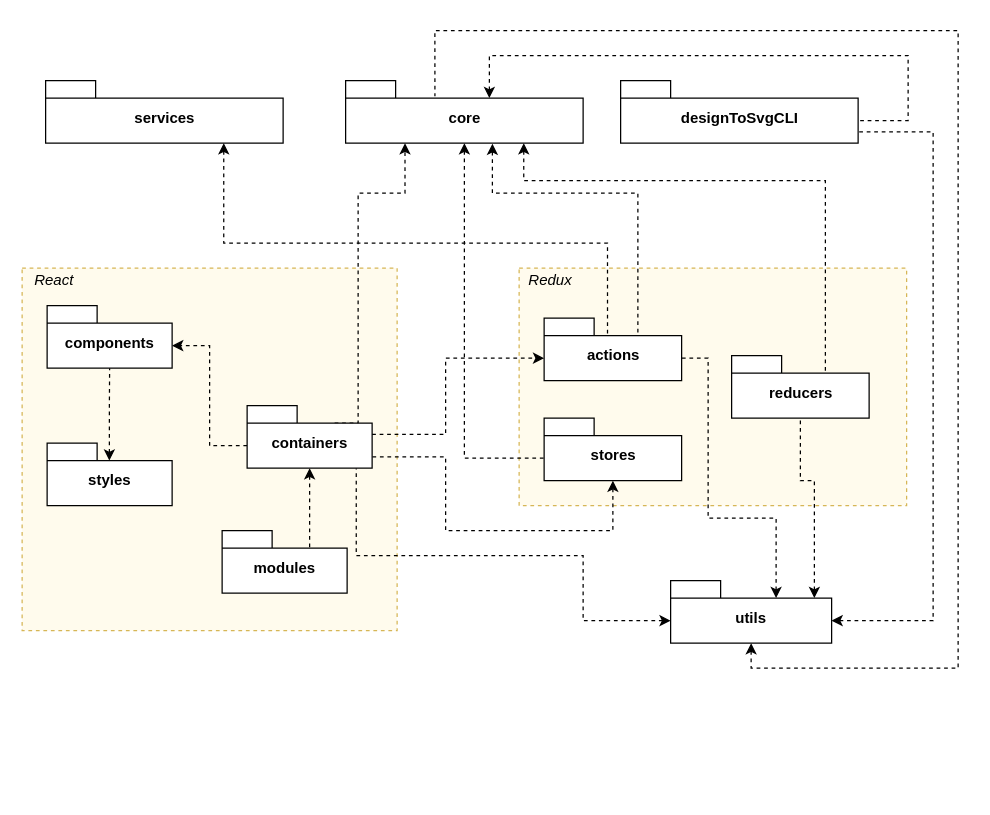
Before: Arbeit/diagrams/Ist-Architektur/Paketdiagram-Grob.drawio in albreax/Diplomarbeit, a draw.io diagram. Source tidied: cells renumbered, new cells numbered last; positions are measured from the earlier drawing's top-left corner, leaving out a move shared by most shapes. Both pictures are drawn from the tidied source at 125%, with x=0, y=0 at pixel (21, 30).
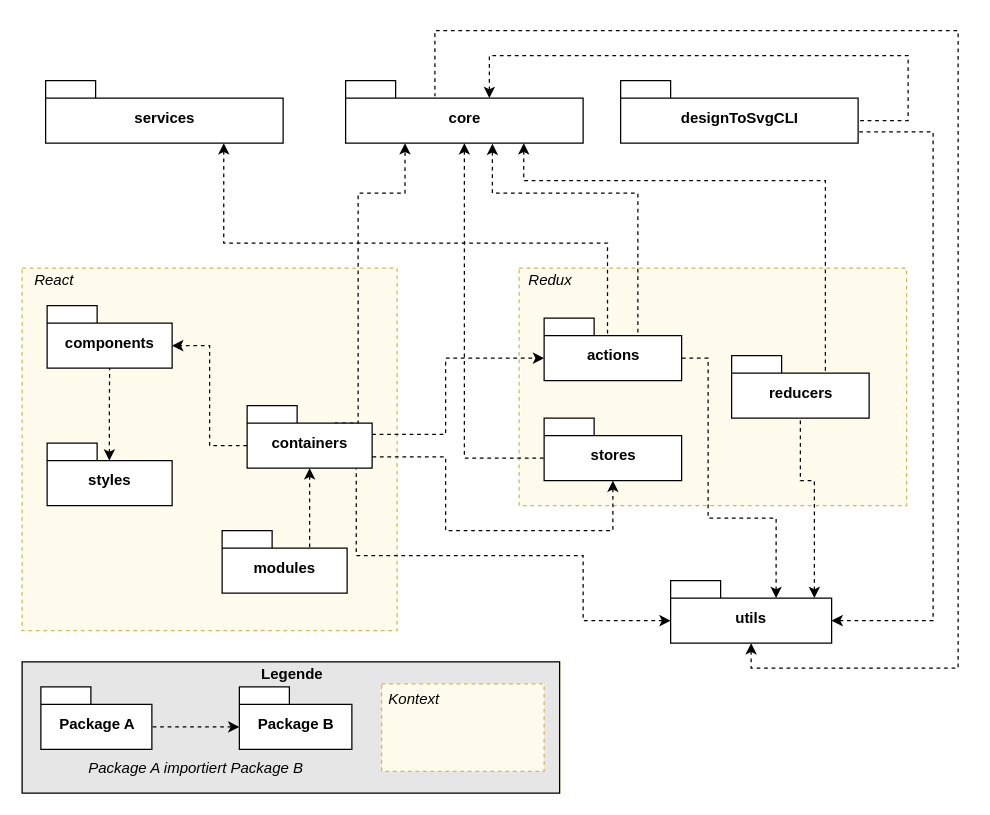
The same diagram, later.

Diff of the diagram source:
```diff
@@
+    <mxCell id="35" style="group;fillColor=#FFFBED;strokeColor=#FFD966;" parent="1" vertex="1">
+      <mxGeometry x="0.2" y="505" width="430" height="105" as="geometry" />
+    </mxCell>
+    <mxCell id="36" style="rounded=0;whiteSpace=wrap;html=1;fillColor=#E6E6E6;" parent="1" vertex="1">
+      <mxGeometry x="0.2" y="505" width="430" height="105" as="geometry" />
+    </mxCell>
+    <mxCell id="37" value="Package A" style="shape=folder;fontStyle=1;spacingTop=10;tabWidth=40;tabHeight=14;tabPosition=left;html=1;" parent="1" vertex="1">
+      <mxGeometry x="15.2" y="525" width="88.8" height="50" as="geometry" />
+    </mxCell>
+    <mxCell id="38" style="edgeStyle=orthogonalEdgeStyle;rounded=0;jettySize=auto;html=1;exitX=0;exitY=0;exitDx=0;exitDy=32;exitPerimeter=0;entryX=0;entryY=0;entryDx=88.76;entryDy=32;entryPerimeter=0;dashed=1;startArrow=classic;startFill=1;endArrow=none;endFill=0;" parent="1" edge="1" source="39" target="37">
+      <mxGeometry x="51.2" y="565" as="geometry" />
+    </mxCell>
+    <mxCell id="39" value="Package B" style="shape=folder;fontStyle=1;spacingTop=10;tabWidth=40;tabHeight=14;tabPosition=left;html=1;" parent="1" vertex="1">
+      <mxGeometry x="174" y="525" width="90" height="50" as="geometry" />
+    </mxCell>
+    <mxCell id="40" value="&lt;i&gt;Package A importiert Package B&lt;/i&gt;" style="text;html=1;strokeColor=none;fillColor=none;align=center;verticalAlign=middle;whiteSpace=wrap;rounded=0;dashed=1;" parent="1" vertex="1">
+      <mxGeometry x="15.2" y="570" width="248.8" height="40" as="geometry" />
+    </mxCell>
+    <mxCell id="41" value="&lt;b&gt;Legende&lt;/b&gt;" style="text;html=1;strokeColor=none;fillColor=none;align=center;verticalAlign=middle;whiteSpace=wrap;rounded=0;" parent="1" vertex="1">
+      <mxGeometry x="1.5" y="505" width="428.8" height="20" as="geometry" />
+    </mxCell>
+    <mxCell id="42" style="rounded=0;whiteSpace=wrap;html=1;strokeColor=#d6b656;dashed=1;fillColor=#FFFBED;" parent="1" vertex="1">
+      <mxGeometry x="287.8" y="522.5" width="130" height="70" as="geometry" />
+    </mxCell>
+    <mxCell id="43" value="Kontext" style="text;html=1;strokeColor=none;fillColor=none;align=center;verticalAlign=middle;whiteSpace=wrap;rounded=0;dashed=1;fontStyle=2;" parent="1" vertex="1">
+      <mxGeometry x="287.8" y="525" width="52.2" height="20" as="geometry" />
+    </mxCell>
```
